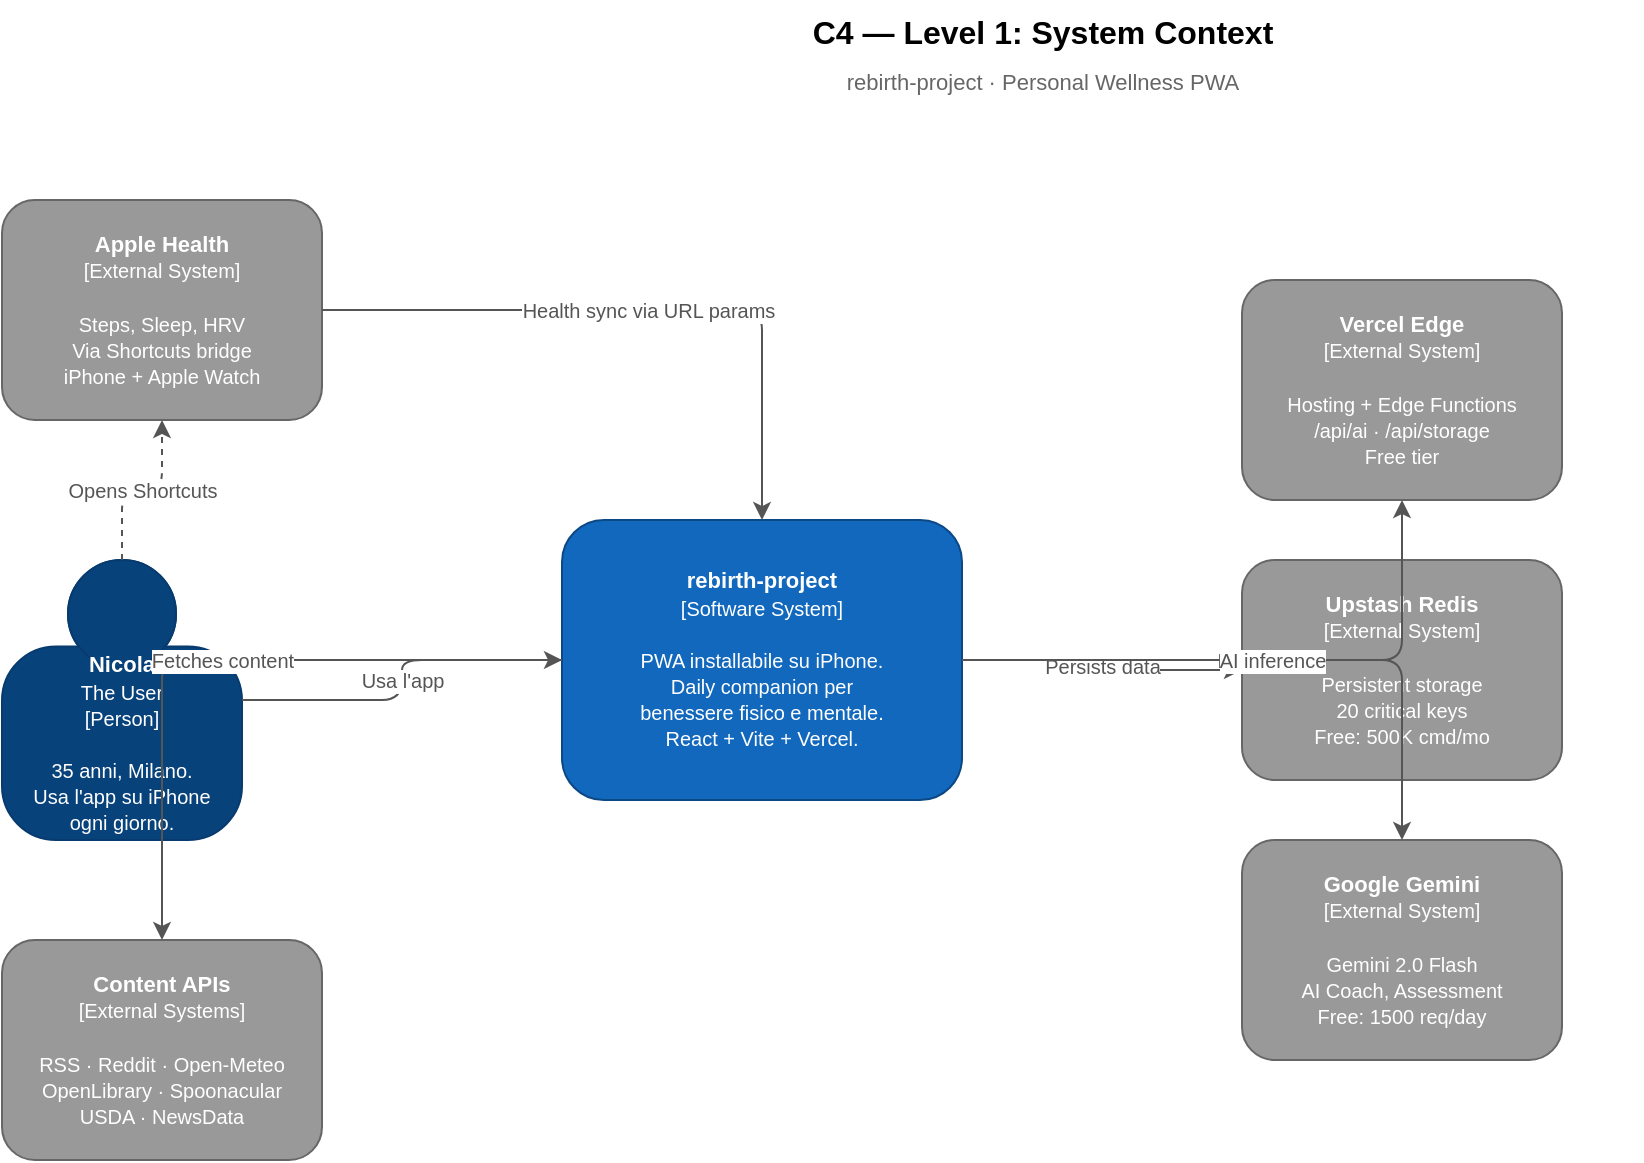
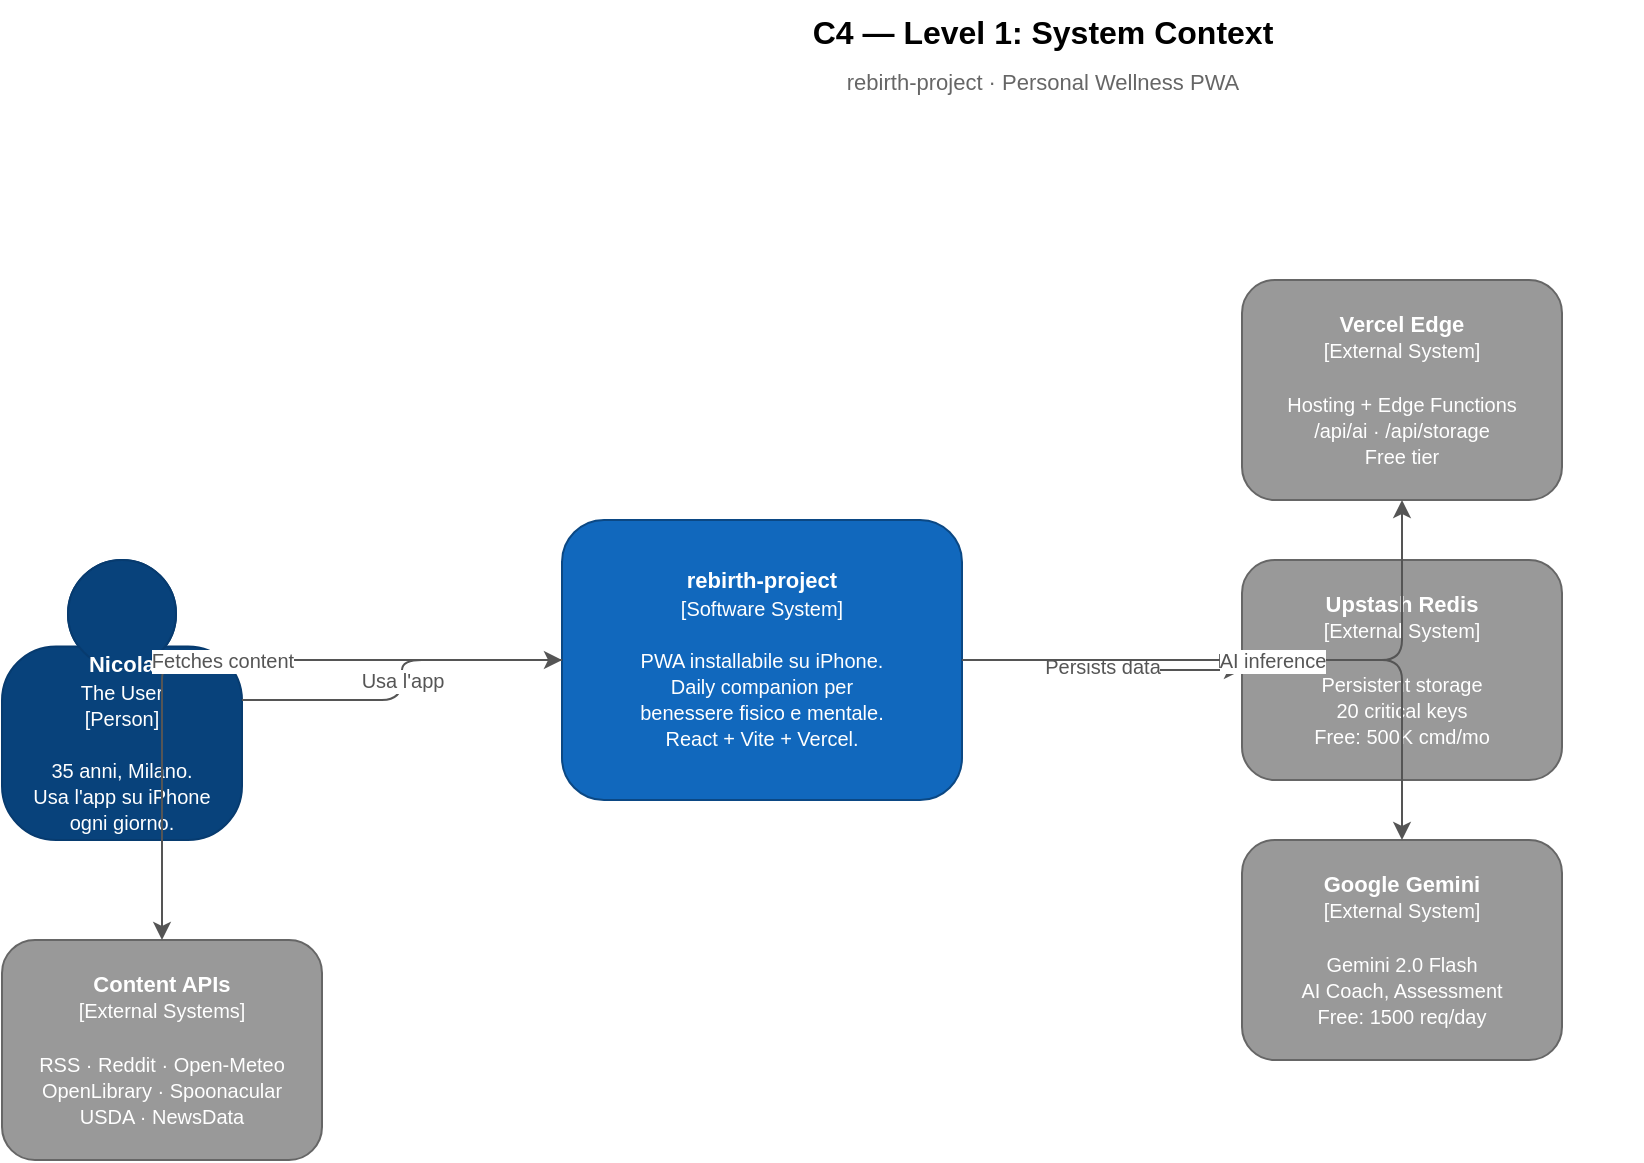
<mxfile host="Claude Code" version="21.0.0">
  <diagram name="C4 Level 1 — System Context" id="c4-context">
    <mxGraphModel dx="1200" dy="800" grid="1" gridSize="10">
      <root>
        <mxCell id="0"/><mxCell id="1" parent="0"/>

        <mxCell id="t1" value="C4 — Level 1: System Context" style="text;html=1;strokeColor=none;fillColor=none;align=center;fontSize=16;fontStyle=1;" vertex="1" parent="1">
          <mxGeometry x="300" y="20" width="600" height="30" as="geometry"/>
        </mxCell>
        <mxCell id="t2" value="rebirth-project · Personal Wellness PWA" style="text;html=1;strokeColor=none;fillColor=none;align=center;fontSize=11;fontColor=#666;" vertex="1" parent="1">
          <mxGeometry x="300" y="48" width="600" height="20" as="geometry"/>
        </mxCell>

        <mxCell id="person" value="&lt;b&gt;Nicola&lt;/b&gt;&lt;br/&gt;&lt;font style='font-size:10px'&gt;The User&lt;br/&gt;[Person]&lt;br/&gt;&lt;br/&gt;35 anni, Milano.&lt;br/&gt;Usa l'app su iPhone&lt;br/&gt;ogni giorno.&lt;/font&gt;" style="shape=mxgraph.c4.person2;whiteSpace=wrap;html=1;fillColor=#08427b;strokeColor=#073b6f;fontColor=#ffffff;fontSize=11;" vertex="1" parent="1">
          <mxGeometry x="80" y="300" width="120" height="140" as="geometry"/>
        </mxCell>

        <mxCell id="system" value="&lt;b&gt;rebirth-project&lt;/b&gt;&lt;br/&gt;&lt;font style='font-size:10px'&gt;[Software System]&lt;br/&gt;&lt;br/&gt;PWA installabile su iPhone.&lt;br/&gt;Daily companion per&lt;br/&gt;benessere fisico e mentale.&lt;br/&gt;React + Vite + Vercel.&lt;/font&gt;" style="rounded=1;whiteSpace=wrap;html=1;fillColor=#1168bd;strokeColor=#0b4884;fontColor=#ffffff;fontSize=11;" vertex="1" parent="1">
          <mxGeometry x="360" y="280" width="200" height="140" as="geometry"/>
        </mxCell>

        <mxCell id="vercel" value="&lt;b&gt;Vercel Edge&lt;/b&gt;&lt;br/&gt;&lt;font style='font-size:10px'&gt;[External System]&lt;br/&gt;&lt;br/&gt;Hosting + Edge Functions&lt;br/&gt;/api/ai · /api/storage&lt;br/&gt;Free tier&lt;/font&gt;" style="rounded=1;whiteSpace=wrap;html=1;fillColor=#999999;strokeColor=#666666;fontColor=#ffffff;fontSize=11;" vertex="1" parent="1">
          <mxGeometry x="700" y="160" width="160" height="110" as="geometry"/>
        </mxCell>

        <mxCell id="upstash" value="&lt;b&gt;Upstash Redis&lt;/b&gt;&lt;br/&gt;&lt;font style='font-size:10px'&gt;[External System]&lt;br/&gt;&lt;br/&gt;Persistent storage&lt;br/&gt;20 critical keys&lt;br/&gt;Free: 500K cmd/mo&lt;/font&gt;" style="rounded=1;whiteSpace=wrap;html=1;fillColor=#999999;strokeColor=#666666;fontColor=#ffffff;fontSize=11;" vertex="1" parent="1">
          <mxGeometry x="700" y="300" width="160" height="110" as="geometry"/>
        </mxCell>

        <mxCell id="gemini" value="&lt;b&gt;Google Gemini&lt;/b&gt;&lt;br/&gt;&lt;font style='font-size:10px'&gt;[External System]&lt;br/&gt;&lt;br/&gt;Gemini 2.0 Flash&lt;br/&gt;AI Coach, Assessment&lt;br/&gt;Free: 1500 req/day&lt;/font&gt;" style="rounded=1;whiteSpace=wrap;html=1;fillColor=#999999;strokeColor=#666666;fontColor=#ffffff;fontSize=11;" vertex="1" parent="1">
          <mxGeometry x="700" y="440" width="160" height="110" as="geometry"/>
        </mxCell>

-         <mxCell id="health" value="&lt;b&gt;Apple Health&lt;/b&gt;&lt;br/&gt;&lt;font style='font-size:10px'&gt;[External System]&lt;br/&gt;&lt;br/&gt;Steps, Sleep, HRV&lt;br/&gt;Via Shortcuts bridge&lt;br/&gt;iPhone + Apple Watch&lt;/font&gt;" style="rounded=1;whiteSpace=wrap;html=1;fillColor=#999999;strokeColor=#666666;fontColor=#ffffff;fontSize=11;" vertex="1" parent="1">
-           <mxGeometry x="80" y="120" width="160" height="110" as="geometry"/>
-         </mxCell>
- 
-         <mxCell id="feeds" value="&lt;b&gt;Content APIs&lt;/b&gt;&lt;br/&gt;&lt;font style='font-size:10px'&gt;[External Systems]&lt;br/&gt;&lt;br/&gt;RSS · Reddit · Open-Meteo&lt;br/&gt;OpenLibrary · Spoonacular&lt;br/&gt;USDA · NewsData&lt;/font&gt;" style="rounded=1;whiteSpace=wrap;html=1;fillColor=#999999;strokeColor=#666666;fontColor=#ffffff;fontSize=11;" vertex="1" parent="1">
+ <mxCell id="feeds" value="&lt;b&gt;Content APIs&lt;/b&gt;&lt;br/&gt;&lt;font style='font-size:10px'&gt;[External Systems]&lt;br/&gt;&lt;br/&gt;RSS · Reddit · Open-Meteo&lt;br/&gt;OpenLibrary · Spoonacular&lt;br/&gt;USDA · NewsData&lt;/font&gt;" style="rounded=1;whiteSpace=wrap;html=1;fillColor=#999999;strokeColor=#666666;fontColor=#ffffff;fontSize=11;" vertex="1" parent="1">
          <mxGeometry x="80" y="490" width="160" height="110" as="geometry"/>
        </mxCell>

        <mxCell id="a1" value="Usa l'app" style="edgeStyle=orthogonalEdgeStyle;html=1;exitX=1;exitY=0.5;entryX=0;entryY=0.5;strokeColor=#555555;fontColor=#555555;fontSize=10;" edge="1" parent="1" source="person" target="system">
          <mxGeometry relative="1" as="geometry"/>
        </mxCell>
        <mxCell id="a2" value="Hosted on" style="edgeStyle=orthogonalEdgeStyle;html=1;strokeColor=#555555;fontColor=#555555;fontSize=10;" edge="1" parent="1" source="system" target="vercel">
          <mxGeometry relative="1" as="geometry"/>
        </mxCell>
        <mxCell id="a3" value="Persists data" style="edgeStyle=orthogonalEdgeStyle;html=1;strokeColor=#555555;fontColor=#555555;fontSize=10;" edge="1" parent="1" source="system" target="upstash">
          <mxGeometry relative="1" as="geometry"/>
        </mxCell>
        <mxCell id="a4" value="AI inference" style="edgeStyle=orthogonalEdgeStyle;html=1;strokeColor=#555555;fontColor=#555555;fontSize=10;" edge="1" parent="1" source="system" target="gemini">
          <mxGeometry relative="1" as="geometry"/>
        </mxCell>
-         <mxCell id="a5" value="Health sync via URL params" style="edgeStyle=orthogonalEdgeStyle;html=1;strokeColor=#555555;fontColor=#555555;fontSize=10;" edge="1" parent="1" source="health" target="system">
-           <mxGeometry relative="1" as="geometry"/>
-         </mxCell>
        <mxCell id="a6" value="Fetches content" style="edgeStyle=orthogonalEdgeStyle;html=1;strokeColor=#555555;fontColor=#555555;fontSize=10;" edge="1" parent="1" source="system" target="feeds">
-           <mxGeometry relative="1" as="geometry"/>
-         </mxCell>
-         <mxCell id="a7" value="Opens Shortcuts" style="edgeStyle=orthogonalEdgeStyle;html=1;strokeColor=#555555;fontColor=#555555;fontSize=10;dashed=1;" edge="1" parent="1" source="person" target="health">
          <mxGeometry relative="1" as="geometry"/>
        </mxCell>

      </root>
    </mxGraphModel>
  </diagram>
</mxfile>
